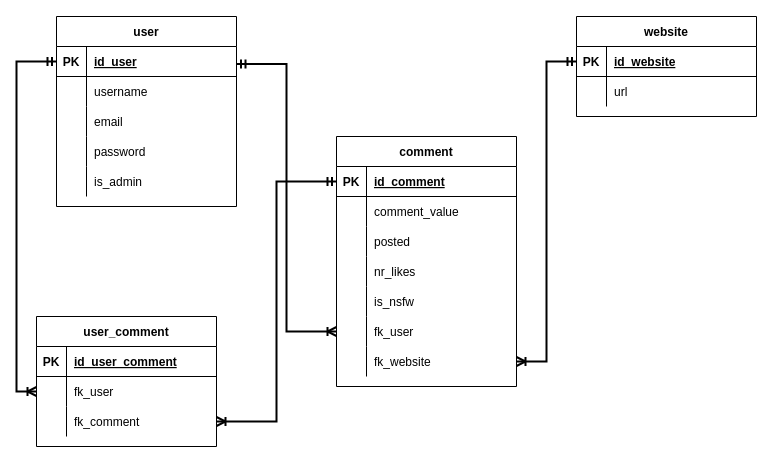
FERI-RIT-NoCom/database keeps this draw.io diagram as er-diagram.drawio. Above is the earlier version. Source tidied: cells renumbered, new cells numbered last; positions are measured from the earlier drawing's top-left corner, leaving out a move shared by most shapes. Both pictures are drawn from the tidied source at 100%, with x=0, y=0 at pixel (36, 16).
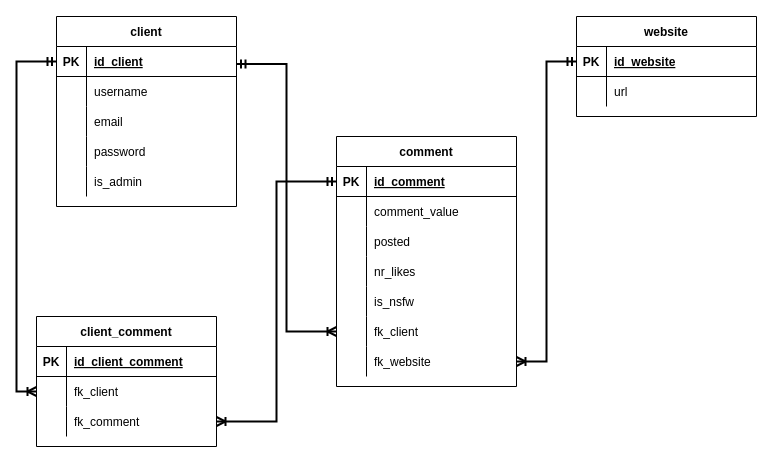
Above is the later version.

The change refers to these unchanged cells:
```xml
<mxCell id="4" style="shape=tableRow;horizontal=0;startSize=0;swimlaneHead=0;swimlaneBody=0;fillColor=none;points=[[0,0.5],[1,0.5]];portConstraint=eastwest;top=0;left=0;right=0;bottom=1;" parent="3" vertex="1">
  <mxGeometry y="30" width="180" height="30" as="geometry" />
</mxCell>
<mxCell id="42" style="shape=tableRow;horizontal=0;startSize=0;swimlaneHead=0;swimlaneBody=0;fillColor=none;points=[[0,0.5],[1,0.5]];portConstraint=eastwest;top=0;left=0;right=0;bottom=0;" parent="26" vertex="1">
  <mxGeometry y="180" width="180" height="30" as="geometry" />
</mxCell>
<mxCell id="49" style="shape=tableRow;horizontal=0;startSize=0;swimlaneHead=0;swimlaneBody=0;fillColor=none;top=0;left=0;right=0;bottom=1;" parent="48" vertex="1">
  <mxGeometry y="30" width="180" height="30" as="geometry" />
</mxCell>
<mxCell id="52" style="shape=tableRow;horizontal=0;startSize=0;swimlaneHead=0;swimlaneBody=0;fillColor=none;points=[[0,0.5],[1,0.5]];portConstraint=eastwest;top=0;left=0;right=0;bottom=0;" parent="48" vertex="1">
  <mxGeometry y="60" width="180" height="30" as="geometry" />
</mxCell>
```

The edit, as a diff of the source:
```diff
@@
-    <mxCell id="3" value="user" style="shape=table;startSize=30;childLayout=tableLayout;rowLines=0;fontStyle=1;align=center;" parent="1" vertex="1">
+    <mxCell id="3" value="client" style="shape=table;startSize=30;childLayout=tableLayout;rowLines=0;fontStyle=1;align=center;" parent="1" vertex="1">
       <mxGeometry x="20" width="180" height="190" as="geometry" />
     </mxCell>
@@
-    <mxCell id="6" value="id_user" style="shape=partialRectangle;fillColor=none;top=0;left=0;bottom=0;right=0;align=left;spacingLeft=6;fontStyle=5;overflow=hidden;" parent="4" vertex="1">
+    <mxCell id="6" value="id_client" style="shape=partialRectangle;fillColor=none;top=0;left=0;bottom=0;right=0;align=left;spacingLeft=6;fontStyle=5;overflow=hidden;" parent="4" vertex="1">
       <mxGeometry x="30" width="150" height="30" as="geometry" />
     </mxCell>
@@
-    <mxCell id="44" value="fk_user" style="shape=partialRectangle;fillColor=none;top=0;left=0;bottom=0;right=0;align=left;spacingLeft=6;overflow=hidden;" parent="42" vertex="1">
+    <mxCell id="44" value="fk_client" style="shape=partialRectangle;fillColor=none;top=0;left=0;bottom=0;right=0;align=left;spacingLeft=6;overflow=hidden;" parent="42" vertex="1">
       <mxGeometry x="30" width="150" height="30" as="geometry" />
     </mxCell>
@@
-    <mxCell id="48" value="user_comment" style="shape=table;startSize=30;childLayout=tableLayout;rowLines=0;fontStyle=1;align=center;" parent="1" vertex="1">
+    <mxCell id="48" value="client_comment" style="shape=table;startSize=30;childLayout=tableLayout;rowLines=0;fontStyle=1;align=center;" parent="1" vertex="1">
       <mxGeometry y="300" width="180" height="130" as="geometry" />
     </mxCell>
@@
-    <mxCell id="51" value="id_user_comment" style="shape=partialRectangle;fillColor=none;top=0;left=0;bottom=0;right=0;align=left;spacingLeft=6;fontStyle=5;overflow=hidden;" parent="49" vertex="1">
+    <mxCell id="51" value="id_client_comment" style="shape=partialRectangle;fillColor=none;top=0;left=0;bottom=0;right=0;align=left;spacingLeft=6;fontStyle=5;overflow=hidden;" parent="49" vertex="1">
       <mxGeometry x="30" width="150" height="30" as="geometry" />
     </mxCell>
@@
-    <mxCell id="54" value="fk_user" style="shape=partialRectangle;fillColor=none;top=0;left=0;bottom=0;right=0;align=left;spacingLeft=6;overflow=hidden;" parent="52" vertex="1">
+    <mxCell id="54" value="fk_client" style="shape=partialRectangle;fillColor=none;top=0;left=0;bottom=0;right=0;align=left;spacingLeft=6;overflow=hidden;" parent="52" vertex="1">
       <mxGeometry x="30" width="150" height="30" as="geometry" />
     </mxCell>
```
